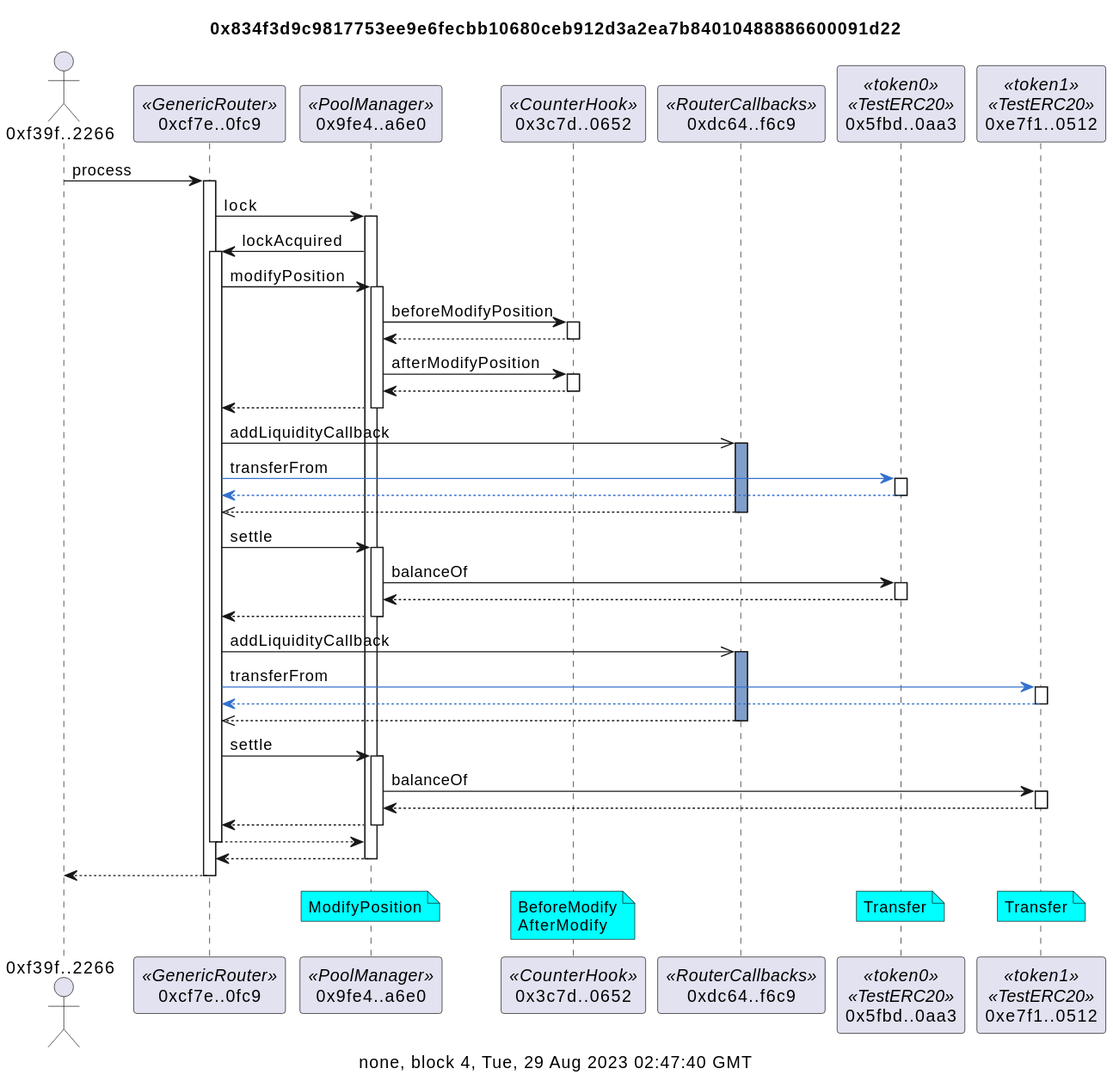
Above: docs/counterModifySummary.svg in naddison36/uniswap-v4-hooks (PlantUML), before the change.
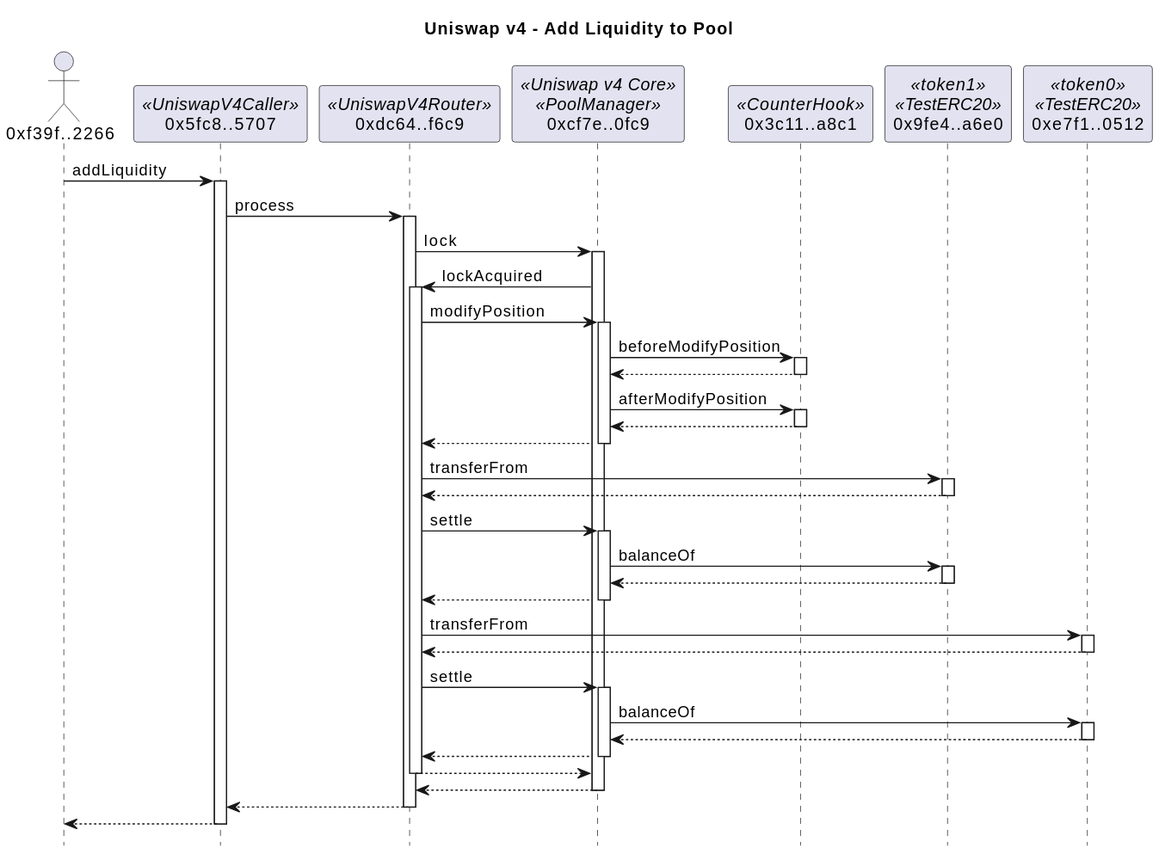
The same diagram one commit later.

What changed in the source:
```diff
@@ -1,72 +1,52 @@
 @startuml
-title 0x834f3d9c9817753ee9e6fecbb10680ceb912d3a2ea7b84010488886600091d22
+title Uniswap v4 - Add Liquidity to Pool
+hide footbox
 
-caption none, block 4, Tue, 29 Aug 2023 02:47:40 GMT
 actor "0xf39f..2266" as f39f2266
-participant "0xcf7e..0fc9" as cf7e0fc9 <<GenericRouter>>
-participant "0x9fe4..a6e0" as 9fe4a6e0 <<PoolManager>>
-participant "0x3c7d..0652" as 3c7d0652 <<CounterHook>>
-participant "0xdc64..f6c9" as dc64f6c9 <<RouterCallbacks>>
-participant "0x5fbd..0aa3" as 5fbd0aa3 <<token0>><<TestERC20>>
-participant "0xe7f1..0512" as e7f10512 <<token1>><<TestERC20>>
+participant "0x5fc8..5707" as 5fc85707 <<UniswapV4Caller>>
+participant "0xdc64..f6c9" as dc64f6c9 <<UniswapV4Router>>
+participant "0xcf7e..0fc9" as cf7e0fc9 <<Uniswap v4 Core>><<PoolManager>>
+participant "0x3c11..a8c1" as 3c11a8c1 <<CounterHook>>
+participant "0x9fe4..a6e0" as 9fe4a6e0 <<token1>><<TestERC20>>
+participant "0xe7f1..0512" as e7f10512 <<token0>><<TestERC20>>
 
-f39f2266 -> cf7e0fc9: process
+f39f2266 -> 5fc85707: addLiquidity
+activate 5fc85707
+5fc85707 -> dc64f6c9: process
+activate dc64f6c9
+dc64f6c9 -> cf7e0fc9: lock
 activate cf7e0fc9
-cf7e0fc9 -> 9fe4a6e0: lock
-activate 9fe4a6e0
-9fe4a6e0 -> cf7e0fc9: lockAcquired
+cf7e0fc9 -> dc64f6c9: lockAcquired
+activate dc64f6c9
+dc64f6c9 -> cf7e0fc9: modifyPosition
 activate cf7e0fc9
-cf7e0fc9 -> 9fe4a6e0: modifyPosition
-activate 9fe4a6e0
-9fe4a6e0 -> 3c7d0652: beforeModifyPosition
-activate 3c7d0652
+cf7e0fc9 -> 3c11a8c1: beforeModifyPosition
+activate 3c11a8c1
 return
-9fe4a6e0 -> 3c7d0652: afterModifyPosition
-activate 3c7d0652
+cf7e0fc9 -> 3c11a8c1: afterModifyPosition
+activate 3c11a8c1
 return
 return
-cf7e0fc9 ->> dc64f6c9: addLiquidityCallback
-activate dc64f6c9 #809ECB
-cf7e0fc9 -[#3471CD]> 5fbd0aa3: transferFrom
-activate 5fbd0aa3
+dc64f6c9 -> 9fe4a6e0: transferFrom
+activate 9fe4a6e0
+return
+dc64f6c9 -> cf7e0fc9: settle
+activate cf7e0fc9
+cf7e0fc9 -> 9fe4a6e0: balanceOf
+activate 9fe4a6e0
 return
 return
-cf7e0fc9 -> 9fe4a6e0: settle
-activate 9fe4a6e0
-9fe4a6e0 -> 5fbd0aa3: balanceOf
-activate 5fbd0aa3
-return
-return
-cf7e0fc9 ->> dc64f6c9: addLiquidityCallback
-activate dc64f6c9 #809ECB
-cf7e0fc9 -[#3471CD]> e7f10512: transferFrom
+dc64f6c9 -> e7f10512: transferFrom
 activate e7f10512
 return
-return
-cf7e0fc9 -> 9fe4a6e0: settle
-activate 9fe4a6e0
-9fe4a6e0 -> e7f10512: balanceOf
+dc64f6c9 -> cf7e0fc9: settle
+activate cf7e0fc9
+cf7e0fc9 -> e7f10512: balanceOf
 activate e7f10512
 return
 return
 return
 return
 return
-
-note over 9fe4a6e0 #aqua
-ModifyPosition
-end note
-
-/ note over 3c7d0652 #aqua
-BeforeModify
-AfterModify
-end note
-
-/ note over 5fbd0aa3 #aqua
-Transfer
-end note
-
-/ note over e7f10512 #aqua
-Transfer
-end note
+return
 @enduml
```
